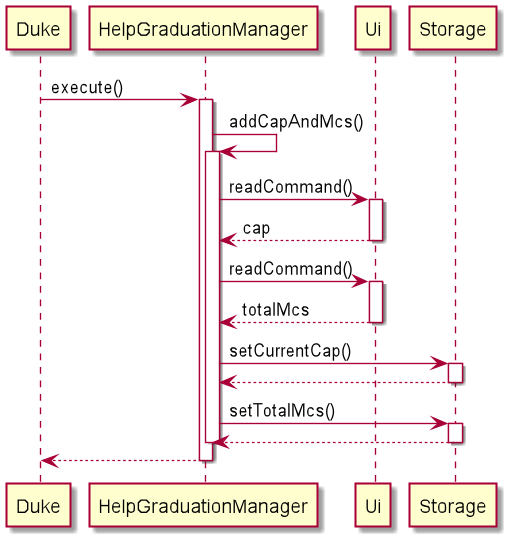
The PlantUML diagram docs/diagrams/capCalculator/addCapAndMcs.png in nus-cs2113-AY2021S2/tp, before a commit.
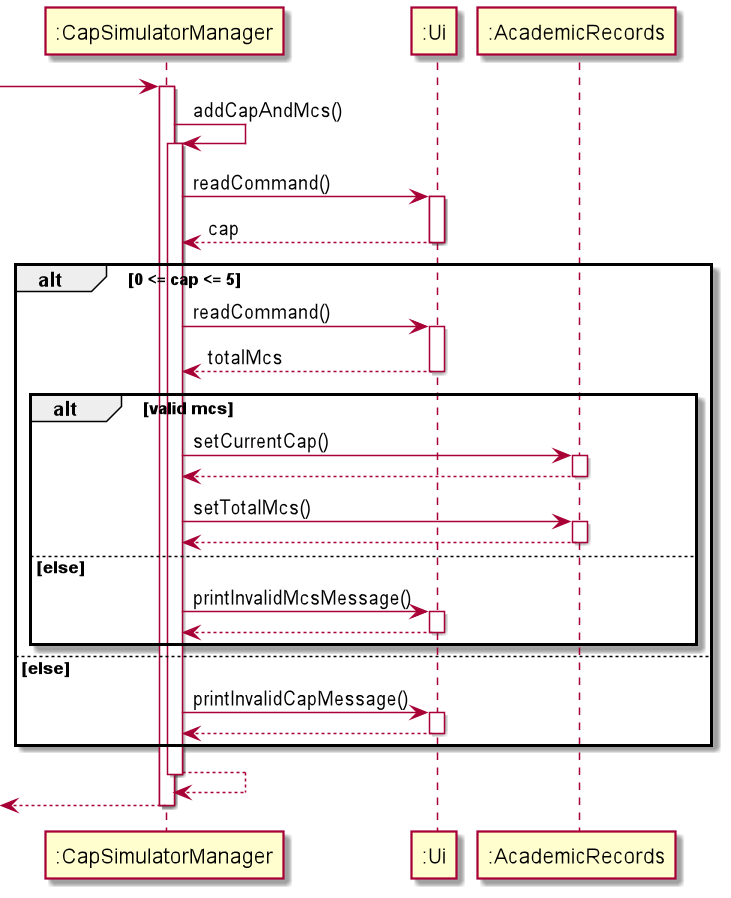
The same file after the commit.

Commit message:
fix DG info and diagrams.

Change to the diagram source:
```diff
@@ -1,26 +1,39 @@
 @startuml
 
-participant Duke
-Duke -> HelpGraduationManager : execute()
-activate HelpGraduationManager
-HelpGraduationManager -> HelpGraduationManager : addCapAndMcs()
-activate HelpGraduationManager
-HelpGraduationManager -> Ui : readCommand()
-activate Ui
-Ui --> HelpGraduationManager : cap
-deactivate Ui
-HelpGraduationManager -> Ui: readCommand()
-activate Ui
-Ui --> HelpGraduationManager : totalMcs
-deactivate Ui
-HelpGraduationManager -> Storage : setCurrentCap()
-activate Storage
-Storage --> HelpGraduationManager
-deactivate Storage
-HelpGraduationManager -> Storage : setTotalMcs()
-activate Storage
-Storage --> HelpGraduationManager
-deactivate Storage
-deactivate HelpGraduationManager
+-> ":CapSimulatorManager"
+activate ":CapSimulatorManager"
+":CapSimulatorManager" -> ":CapSimulatorManager" : addCapAndMcs()
+activate ":CapSimulatorManager"
+
+":CapSimulatorManager" -> ":Ui" : readCommand()
+activate ":Ui"
+":Ui" --> ":CapSimulatorManager" : cap
+deactivate ":Ui"
+
+alt 0 <= cap <= 5
+":CapSimulatorManager" -> ":Ui": readCommand()
+activate ":Ui"
+":Ui" --> ":CapSimulatorManager" : totalMcs
+deactivate ":Ui"
+alt valid mcs
+":CapSimulatorManager" -> ":AcademicRecords" : setCurrentCap()
+activate ":AcademicRecords"
+":AcademicRecords" --> ":CapSimulatorManager"
+deactivate ":AcademicRecords"
+":CapSimulatorManager" -> ":AcademicRecords" : setTotalMcs()
+activate ":AcademicRecords"
+":AcademicRecords" --> ":CapSimulatorManager"
+deactivate ":AcademicRecords"
+else else
+":CapSimulatorManager" -> ":Ui" : printInvalidMcsMessage()
+activate ":Ui"
+return
+end
+else else
+":CapSimulatorManager" -> ":Ui" : printInvalidCapMessage()
+activate ":Ui"
+return
+end
+return
 return
 @enduml
```
